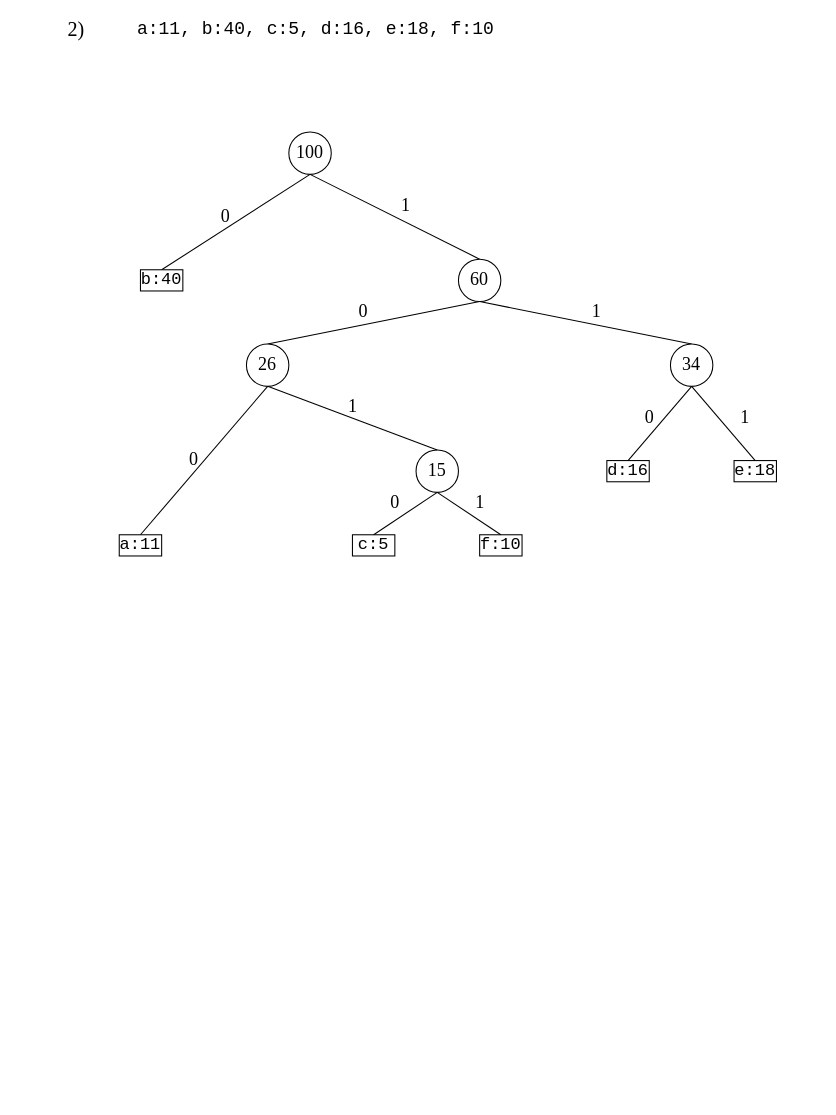
edwardayala/Diagrams keeps this draw.io diagram as HW10/HW10_Q2.drawio. Above is the earlier version. Source tidied: cells renumbered, new cells numbered last; positions are measured from the earlier drawing's top-left corner, leaving out a move shared by most shapes. Both pictures are drawn from the tidied source at 106%, with x=0, y=0 at pixel (59, 19).
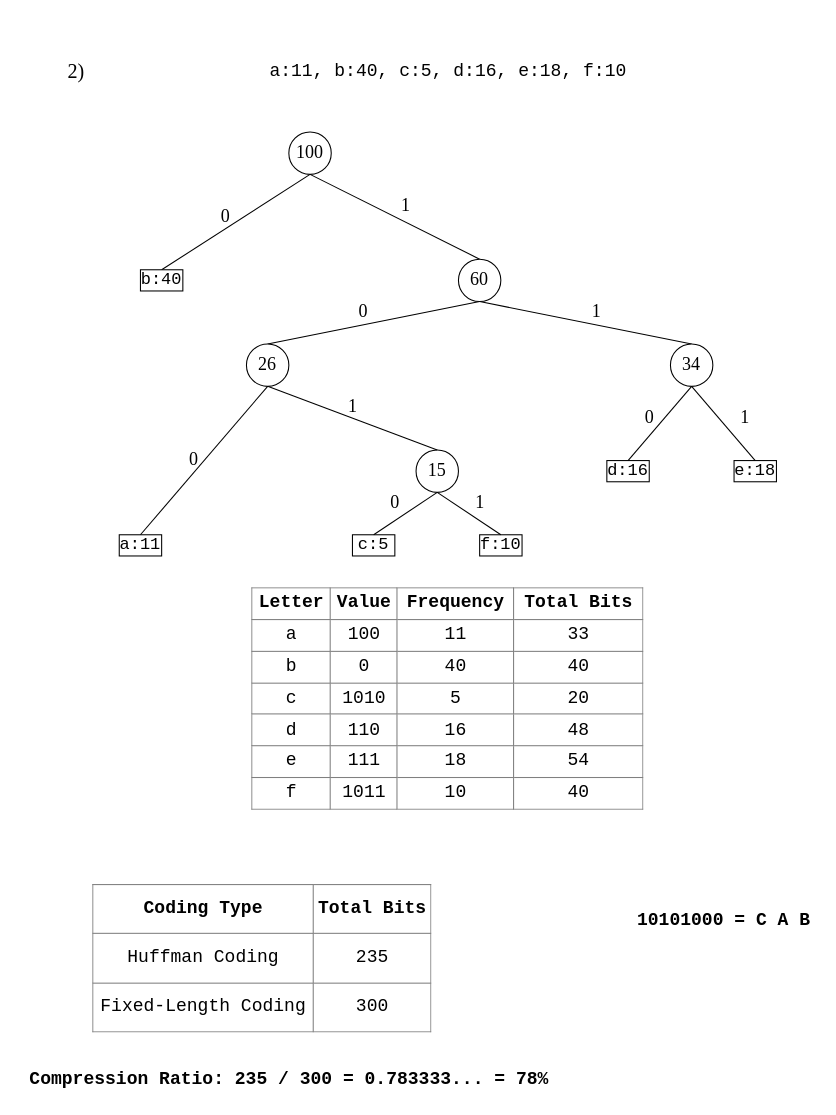
The same diagram, later.

Diff of the diagram source:
```diff
@@
     <mxCell id="3" value="&lt;font style=&quot;font-size: 19px&quot; face=&quot;Times New Roman&quot;&gt;2)&lt;/font&gt;" style="text;html=1;align=center;verticalAlign=middle;" parent="1" vertex="1">
-      <mxGeometry width="30" height="20" as="geometry" />
+      <mxGeometry y="40" width="30" height="20" as="geometry" />
     </mxCell>
     <mxCell id="4" value="&lt;font face=&quot;Courier New&quot; style=&quot;font-size: 17px&quot;&gt;a:11, b:40, c:5, d:16, e:18, f:10&lt;/font&gt;" style="text;html=1;align=center;verticalAlign=middle;" parent="1" vertex="1">
-      <mxGeometry x="66" width="350" height="20" as="geometry" />
+      <mxGeometry x="191" y="40" width="350" height="20" as="geometry" />
     </mxCell>
@@
+    <mxCell id="35" value="&lt;table border=&quot;1&quot; width=&quot;100%&quot; style=&quot;width: 100% ; height: 100% ; border-collapse: collapse ; font-size: 17px&quot;&gt;&lt;tbody&gt;&lt;tr&gt;&lt;td&gt;&lt;b&gt;Letter&lt;/b&gt;&lt;/td&gt;&lt;td&gt;&lt;b&gt;Value&lt;/b&gt;&lt;/td&gt;&lt;td&gt;&lt;b&gt;Frequency&lt;/b&gt;&lt;/td&gt;&lt;td&gt;&lt;b&gt;Total Bits&lt;/b&gt;&lt;/td&gt;&lt;/tr&gt;&lt;tr&gt;&lt;td&gt;a&lt;/td&gt;&lt;td&gt;100&lt;/td&gt;&lt;td&gt;11&lt;/td&gt;&lt;td&gt;33&lt;/td&gt;&lt;/tr&gt;&lt;tr&gt;&lt;td&gt;b&lt;/td&gt;&lt;td&gt;0&lt;/td&gt;&lt;td&gt;40&lt;/td&gt;&lt;td&gt;40&lt;/td&gt;&lt;/tr&gt;&lt;tr&gt;&lt;td&gt;c&lt;/td&gt;&lt;td&gt;1010&lt;/td&gt;&lt;td&gt;5&lt;/td&gt;&lt;td&gt;20&lt;/td&gt;&lt;/tr&gt;&lt;tr&gt;&lt;td&gt;d&lt;/td&gt;&lt;td&gt;110&lt;/td&gt;&lt;td&gt;16&lt;/td&gt;&lt;td&gt;48&lt;/td&gt;&lt;/tr&gt;&lt;tr&gt;&lt;td&gt;e&lt;/td&gt;&lt;td&gt;111&lt;/td&gt;&lt;td&gt;18&lt;/td&gt;&lt;td&gt;54&lt;/td&gt;&lt;/tr&gt;&lt;tr&gt;&lt;td&gt;f&lt;/td&gt;&lt;td&gt;1011&lt;/td&gt;&lt;td&gt;10&lt;/td&gt;&lt;td&gt;40&lt;/td&gt;&lt;/tr&gt;&lt;/tbody&gt;&lt;/table&gt;" style="text;html=1;strokeColor=none;fillColor=none;overflow=fill;shadow=0;labelBackgroundColor=none;fontFamily=Courier New;align=center;" parent="1" vertex="1">
+      <mxGeometry x="181" y="536" width="370" height="210" as="geometry" />
+    </mxCell>
+    <mxCell id="36" value="&lt;b&gt;10101000 = C A B&lt;/b&gt;" style="text;html=1;align=center;verticalAlign=middle;fontFamily=Courier New;fontSize=17;" parent="1" vertex="1">
+      <mxGeometry x="536" y="836" width="180" height="30" as="geometry" />
+    </mxCell>
+    <mxCell id="37" value="&lt;table border=&quot;1&quot; width=&quot;100%&quot; style=&quot;width: 100% ; height: 100% ; border-collapse: collapse&quot;&gt;&lt;tbody&gt;&lt;tr&gt;&lt;td align=&quot;center&quot;&gt;&lt;b&gt;Coding Type&lt;/b&gt;&lt;/td&gt;&lt;td align=&quot;center&quot;&gt;&lt;b&gt;Total Bits&lt;/b&gt;&lt;/td&gt;&lt;/tr&gt;&lt;tr&gt;&lt;td align=&quot;center&quot;&gt;Huffman Coding&lt;/td&gt;&lt;td align=&quot;center&quot;&gt;235&lt;/td&gt;&lt;/tr&gt;&lt;tr&gt;&lt;td align=&quot;center&quot;&gt;Fixed-Length Coding&lt;/td&gt;&lt;td align=&quot;center&quot;&gt;300&lt;/td&gt;&lt;/tr&gt;&lt;/tbody&gt;&lt;/table&gt;" style="text;html=1;strokeColor=none;fillColor=none;overflow=fill;shadow=0;labelBackgroundColor=none;fontFamily=Courier New;fontSize=17;align=center;" parent="1" vertex="1">
+      <mxGeometry x="31" y="816" width="320" height="140" as="geometry" />
+    </mxCell>
+    <mxCell id="38" value="&lt;b&gt;Compression Ratio: 235 / 300 = 0.783333... = 78%&lt;/b&gt;" style="text;html=1;align=center;verticalAlign=middle;fontSize=17;fontFamily=Courier New;" parent="1" vertex="1">
+      <mxGeometry x="-39" y="986" width="510" height="30" as="geometry" />
+    </mxCell>
```
